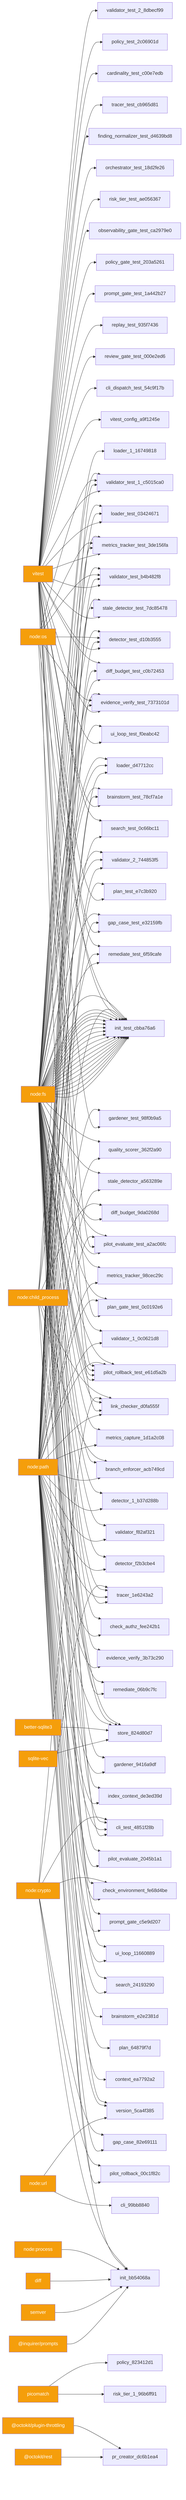
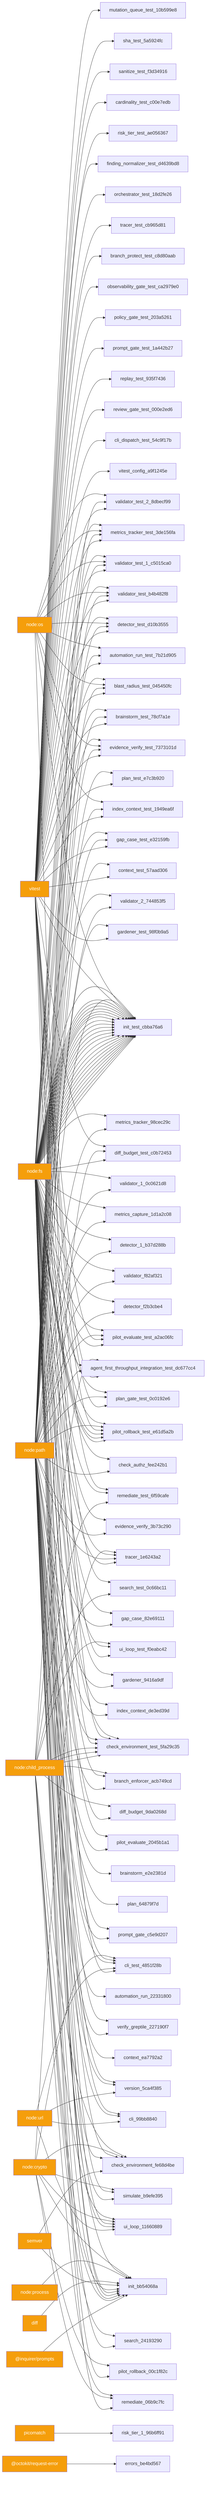
graph LR
  vitest_a9127f3d["vitest"] --> vitest_config_a9f1245e
+   node_fs_df6b52af["node:fs"] --> cli_99bb8840
+   node_path_0e7d56ab["node:path"] --> cli_99bb8840
  node_url_b54ed078["node:url"] --> cli_99bb8840
  node_crypto_879f6cbe["node:crypto"] --> cli_test_4851f28b
  node_fs_df6b52af["node:fs"] --> cli_test_4851f28b
  node_path_0e7d56ab["node:path"] --> cli_test_4851f28b
+   node_url_b54ed078["node:url"] --> cli_test_4851f28b
  vitest_a9127f3d["vitest"] --> cli_test_4851f28b
  vitest_a9127f3d["vitest"] --> cli_dispatch_test_54c9f17b
  node_fs_df6b52af["node:fs"] --> version_5ca4f385
  node_path_0e7d56ab["node:path"] --> version_5ca4f385
  node_url_b54ed078["node:url"] --> version_5ca4f385
+   node_fs_df6b52af["node:fs"] --> verify_greptile_227190f7
+   node_path_0e7d56ab["node:path"] --> verify_greptile_227190f7
+   node_child_process_cb73900b["node:child_process"] --> ui_loop_11660889
+   node_crypto_879f6cbe["node:crypto"] --> ui_loop_11660889
  node_fs_df6b52af["node:fs"] --> ui_loop_11660889
  node_path_0e7d56ab["node:path"] --> ui_loop_11660889
+   node_url_b54ed078["node:url"] --> ui_loop_11660889
+   node_child_process_cb73900b["node:child_process"] --> ui_loop_test_f0eabc42
  node_fs_df6b52af["node:fs"] --> ui_loop_test_f0eabc42
  vitest_a9127f3d["vitest"] --> ui_loop_test_f0eabc42
+   node_crypto_879f6cbe["node:crypto"] --> simulate_b9efe395
+   node_fs_df6b52af["node:fs"] --> simulate_b9efe395
+   node_path_0e7d56ab["node:path"] --> simulate_b9efe395
  node_child_process_cb73900b["node:child_process"] --> search_24193290
  node_path_0e7d56ab["node:path"] --> search_24193290
  vitest_a9127f3d["vitest"] --> search_test_0c66bc11
  node_child_process_cb73900b["node:child_process"] --> search_test_0c66bc11
  vitest_a9127f3d["vitest"] --> review_gate_test_000e2ed6
  vitest_a9127f3d["vitest"] --> replay_test_935f7436
  node_child_process_cb73900b["node:child_process"] --> remediate_06b9c7fc
-   node_fs_df6b52af["node:fs"] --> remediate_06b9c7fc
+   node_crypto_879f6cbe["node:crypto"] --> remediate_06b9c7fc
+   node_path_0e7d56ab["node:path"] --> remediate_06b9c7fc
  vitest_a9127f3d["vitest"] --> remediate_test_6f59cafe
+   node_fs_df6b52af["node:fs"] --> remediate_test_6f59cafe
  node_child_process_cb73900b["node:child_process"] --> remediate_test_6f59cafe
-   node_fs_df6b52af["node:fs"] --> remediate_test_6f59cafe
  node_fs_df6b52af["node:fs"] --> prompt_gate_c5e9d207
  node_path_0e7d56ab["node:path"] --> prompt_gate_c5e9d207
  vitest_a9127f3d["vitest"] --> prompt_gate_test_1a442b27
  vitest_a9127f3d["vitest"] --> policy_gate_test_203a5261
  node_fs_df6b52af["node:fs"] --> plan_gate_test_0c0192e6
  node_path_0e7d56ab["node:path"] --> plan_gate_test_0c0192e6
  vitest_a9127f3d["vitest"] --> plan_gate_test_0c0192e6
  node_crypto_879f6cbe["node:crypto"] --> pilot_rollback_00c1f82c
  node_path_0e7d56ab["node:path"] --> pilot_rollback_00c1f82c
  node_fs_df6b52af["node:fs"] --> pilot_rollback_test_e61d5a2b
  node_path_0e7d56ab["node:path"] --> pilot_rollback_test_e61d5a2b
  vitest_a9127f3d["vitest"] --> pilot_rollback_test_e61d5a2b
  node_fs_df6b52af["node:fs"] --> pilot_rollback_test_e61d5a2b
  node_fs_df6b52af["node:fs"] --> pilot_rollback_test_e61d5a2b
  node_fs_df6b52af["node:fs"] --> pilot_rollback_test_e61d5a2b
  node_fs_df6b52af["node:fs"] --> pilot_evaluate_2045b1a1
  node_path_0e7d56ab["node:path"] --> pilot_evaluate_2045b1a1
  node_fs_df6b52af["node:fs"] --> pilot_evaluate_test_a2ac06fc
  node_path_0e7d56ab["node:path"] --> pilot_evaluate_test_a2ac06fc
  vitest_a9127f3d["vitest"] --> pilot_evaluate_test_a2ac06fc
  node_fs_df6b52af["node:fs"] --> pilot_evaluate_test_a2ac06fc
  vitest_a9127f3d["vitest"] --> observability_gate_test_ca2979e0
  node_crypto_879f6cbe["node:crypto"] --> init_bb54068a
  node_path_0e7d56ab["node:path"] --> init_bb54068a
  node_process_09240432["node:process"] --> init_bb54068a
  diff_df087996["diff"] --> init_bb54068a
  semver_50449d83["semver"] --> init_bb54068a
+   node_child_process_cb73900b["node:child_process"] --> init_bb54068a
+   node_fs_df6b52af["node:fs"] --> init_bb54068a
+   node_fs_df6b52af["node:fs"] --> init_bb54068a
+   node_path_0e7d56ab["node:path"] --> init_bb54068a
+   node_child_process_cb73900b["node:child_process"] --> init_bb54068a
  _inquirer_prompts_21758d24["@inquirer/prompts"] --> init_bb54068a
  node_fs_df6b52af["node:fs"] --> init_test_cbba76a6
  node_os_e9717731["node:os"] --> init_test_cbba76a6
  node_path_0e7d56ab["node:path"] --> init_test_cbba76a6
  vitest_a9127f3d["vitest"] --> init_test_cbba76a6
  node_fs_df6b52af["node:fs"] --> init_test_cbba76a6
  node_fs_df6b52af["node:fs"] --> init_test_cbba76a6
  node_fs_df6b52af["node:fs"] --> init_test_cbba76a6
  node_fs_df6b52af["node:fs"] --> init_test_cbba76a6
  node_fs_df6b52af["node:fs"] --> init_test_cbba76a6
  node_fs_df6b52af["node:fs"] --> init_test_cbba76a6
  node_fs_df6b52af["node:fs"] --> init_test_cbba76a6
  node_fs_df6b52af["node:fs"] --> init_test_cbba76a6
  node_fs_df6b52af["node:fs"] --> init_test_cbba76a6
  node_fs_df6b52af["node:fs"] --> init_test_cbba76a6
  node_fs_df6b52af["node:fs"] --> init_test_cbba76a6
  node_fs_df6b52af["node:fs"] --> init_test_cbba76a6
  node_fs_df6b52af["node:fs"] --> init_test_cbba76a6
  node_fs_df6b52af["node:fs"] --> init_test_cbba76a6
  node_fs_df6b52af["node:fs"] --> init_test_cbba76a6
  node_fs_df6b52af["node:fs"] --> init_test_cbba76a6
  node_fs_df6b52af["node:fs"] --> init_test_cbba76a6
  node_fs_df6b52af["node:fs"] --> init_test_cbba76a6
+   node_fs_df6b52af["node:fs"] --> init_test_cbba76a6
+   node_fs_df6b52af["node:fs"] --> init_test_cbba76a6
+   node_fs_df6b52af["node:fs"] --> init_test_cbba76a6
+   node_fs_df6b52af["node:fs"] --> init_test_cbba76a6
+   node_fs_df6b52af["node:fs"] --> init_test_cbba76a6
  node_fs_df6b52af["node:fs"] --> index_context_de3ed39d
  node_path_0e7d56ab["node:path"] --> index_context_de3ed39d
+   node_os_e9717731["node:os"] --> index_context_test_1949ea6f
+   node_path_0e7d56ab["node:path"] --> index_context_test_1949ea6f
+   vitest_a9127f3d["vitest"] --> index_context_test_1949ea6f
  node_fs_df6b52af["node:fs"] --> gardener_9416a9df
  node_path_0e7d56ab["node:path"] --> gardener_9416a9df
  node_path_0e7d56ab["node:path"] --> gardener_test_98f0b9a5
  vitest_a9127f3d["vitest"] --> gardener_test_98f0b9a5
-   node_crypto_879f6cbe["node:crypto"] --> gap_case_82e69111
+   node_fs_df6b52af["node:fs"] --> gap_case_82e69111
  node_path_0e7d56ab["node:path"] --> gap_case_82e69111
  node_fs_df6b52af["node:fs"] --> gap_case_test_e32159fb
  node_path_0e7d56ab["node:path"] --> gap_case_test_e32159fb
  vitest_a9127f3d["vitest"] --> gap_case_test_e32159fb
  node_fs_df6b52af["node:fs"] --> evidence_verify_3b73c290
  node_path_0e7d56ab["node:path"] --> evidence_verify_3b73c290
  node_fs_df6b52af["node:fs"] --> evidence_verify_test_7373101d
  node_os_e9717731["node:os"] --> evidence_verify_test_7373101d
  node_path_0e7d56ab["node:path"] --> evidence_verify_test_7373101d
  vitest_a9127f3d["vitest"] --> evidence_verify_test_7373101d
  node_child_process_cb73900b["node:child_process"] --> diff_budget_9da0268d
  node_fs_df6b52af["node:fs"] --> diff_budget_9da0268d
  vitest_a9127f3d["vitest"] --> diff_budget_test_c0b72453
  node_child_process_cb73900b["node:child_process"] --> diff_budget_test_c0b72453
  node_fs_df6b52af["node:fs"] --> diff_budget_test_c0b72453
  node_path_0e7d56ab["node:path"] --> context_ea7792a2
+   node_path_0e7d56ab["node:path"] --> context_test_57aad306
+   vitest_a9127f3d["vitest"] --> context_test_57aad306
+   node_child_process_cb73900b["node:child_process"] --> check_environment_fe68d4be
  node_crypto_879f6cbe["node:crypto"] --> check_environment_fe68d4be
  node_fs_df6b52af["node:fs"] --> check_environment_fe68d4be
  node_path_0e7d56ab["node:path"] --> check_environment_fe68d4be
+   semver_50449d83["semver"] --> check_environment_fe68d4be
+   node_fs_df6b52af["node:fs"] --> check_environment_test_5fa29c35
+   node_os_e9717731["node:os"] --> check_environment_test_5fa29c35
+   node_path_0e7d56ab["node:path"] --> check_environment_test_5fa29c35
+   vitest_a9127f3d["vitest"] --> check_environment_test_5fa29c35
+   node_child_process_cb73900b["node:child_process"] --> check_environment_test_5fa29c35
+   node_child_process_cb73900b["node:child_process"] --> check_environment_test_5fa29c35
+   node_child_process_cb73900b["node:child_process"] --> check_environment_test_5fa29c35
  node_fs_df6b52af["node:fs"] --> check_authz_fee242b1
  node_path_0e7d56ab["node:path"] --> check_authz_fee242b1
+   vitest_a9127f3d["vitest"] --> branch_protect_test_c8d80aab
+   node_fs_df6b52af["node:fs"] --> blast_radius_test_045450fc
+   node_os_e9717731["node:os"] --> blast_radius_test_045450fc
+   node_path_0e7d56ab["node:path"] --> blast_radius_test_045450fc
+   vitest_a9127f3d["vitest"] --> blast_radius_test_045450fc
+   node_path_0e7d56ab["node:path"] --> automation_run_22331800
+   node_os_e9717731["node:os"] --> automation_run_test_7b21d905
+   node_path_0e7d56ab["node:path"] --> automation_run_test_7b21d905
+   vitest_a9127f3d["vitest"] --> automation_run_test_7b21d905
+   node_child_process_cb73900b["node:child_process"] --> agent_first_throughput_integration_test_dc677cc4
+   node_fs_df6b52af["node:fs"] --> agent_first_throughput_integration_test_dc677cc4
+   node_path_0e7d56ab["node:path"] --> agent_first_throughput_integration_test_dc677cc4
+   vitest_a9127f3d["vitest"] --> agent_first_throughput_integration_test_dc677cc4
  node_path_0e7d56ab["node:path"] --> plan_64879f7d
  node_path_0e7d56ab["node:path"] --> plan_test_e7c3b920
  vitest_a9127f3d["vitest"] --> plan_test_e7c3b920
  node_path_0e7d56ab["node:path"] --> brainstorm_e2e2381d
  node_fs_df6b52af["node:fs"] --> brainstorm_test_78cf7a1e
  node_path_0e7d56ab["node:path"] --> brainstorm_test_78cf7a1e
  vitest_a9127f3d["vitest"] --> brainstorm_test_78cf7a1e
  node_fs_df6b52af["node:fs"] --> detector_f2b3cbe4
  node_path_0e7d56ab["node:path"] --> detector_f2b3cbe4
  node_fs_df6b52af["node:fs"] --> detector_test_d10b3555
  node_os_e9717731["node:os"] --> detector_test_d10b3555
  node_path_0e7d56ab["node:path"] --> detector_test_d10b3555
  vitest_a9127f3d["vitest"] --> detector_test_d10b3555
+   node_crypto_879f6cbe["node:crypto"] --> tracer_1e6243a2
+   node_fs_df6b52af["node:fs"] --> tracer_1e6243a2
+   node_path_0e7d56ab["node:path"] --> tracer_1e6243a2
+   node_fs_df6b52af["node:fs"] --> tracer_1e6243a2
+   vitest_a9127f3d["vitest"] --> tracer_test_cb965d81
+   vitest_a9127f3d["vitest"] --> orchestrator_test_18d2fe26
+   vitest_a9127f3d["vitest"] --> finding_normalizer_test_d4639bd8
  node_fs_df6b52af["node:fs"] --> validator_f82af321
  node_path_0e7d56ab["node:path"] --> validator_f82af321
+   node_fs_df6b52af["node:fs"] --> validator_test_b4b482f8
+   node_os_e9717731["node:os"] --> validator_test_b4b482f8
+   node_path_0e7d56ab["node:path"] --> validator_test_b4b482f8
+   vitest_a9127f3d["vitest"] --> validator_test_b4b482f8
  picomatch_0bf97c7b["picomatch"] --> risk_tier_1_96b6ff91
  vitest_a9127f3d["vitest"] --> risk_tier_test_ae056367
  node_fs_df6b52af["node:fs"] --> detector_1_b37d288b
  node_path_0e7d56ab["node:path"] --> detector_1_b37d288b
  node_fs_df6b52af["node:fs"] --> metrics_capture_1d1a2c08
  node_path_0e7d56ab["node:path"] --> metrics_capture_1d1a2c08
-   vitest_a9127f3d["vitest"] --> orchestrator_test_18d2fe26
-   vitest_a9127f3d["vitest"] --> finding_normalizer_test_d4639bd8
-   node_crypto_879f6cbe["node:crypto"] --> tracer_1e6243a2
-   node_fs_df6b52af["node:fs"] --> tracer_1e6243a2
-   node_path_0e7d56ab["node:path"] --> tracer_1e6243a2
-   node_fs_df6b52af["node:fs"] --> tracer_1e6243a2
-   vitest_a9127f3d["vitest"] --> tracer_test_cb965d81
  vitest_a9127f3d["vitest"] --> cardinality_test_c00e7edb
  node_fs_df6b52af["node:fs"] --> validator_1_0c0621d8
  node_path_0e7d56ab["node:path"] --> validator_1_0c0621d8
-   node_fs_df6b52af["node:fs"] --> validator_test_b4b482f8
-   node_os_e9717731["node:os"] --> validator_test_b4b482f8
-   node_path_0e7d56ab["node:path"] --> validator_test_b4b482f8
-   vitest_a9127f3d["vitest"] --> validator_test_b4b482f8
+   node_fs_df6b52af["node:fs"] --> validator_test_1_c5015ca0
+   node_os_e9717731["node:os"] --> validator_test_1_c5015ca0
+   node_path_0e7d56ab["node:path"] --> validator_test_1_c5015ca0
+   vitest_a9127f3d["vitest"] --> validator_test_1_c5015ca0
  node_fs_df6b52af["node:fs"] --> metrics_tracker_98cec29c
  node_path_0e7d56ab["node:path"] --> metrics_tracker_98cec29c
  node_fs_df6b52af["node:fs"] --> metrics_tracker_test_3de156fa
  node_os_e9717731["node:os"] --> metrics_tracker_test_3de156fa
  node_path_0e7d56ab["node:path"] --> metrics_tracker_test_3de156fa
  vitest_a9127f3d["vitest"] --> metrics_tracker_test_3de156fa
  node_child_process_cb73900b["node:child_process"] --> branch_enforcer_acb749cd
  node_fs_df6b52af["node:fs"] --> branch_enforcer_acb749cd
  node_path_0e7d56ab["node:path"] --> branch_enforcer_acb749cd
-   node_fs_df6b52af["node:fs"] --> stale_detector_a563289e
-   node_path_0e7d56ab["node:path"] --> stale_detector_a563289e
-   node_fs_df6b52af["node:fs"] --> stale_detector_test_7dc85478
-   node_path_0e7d56ab["node:path"] --> stale_detector_test_7dc85478
-   vitest_a9127f3d["vitest"] --> stale_detector_test_7dc85478
-   node_fs_df6b52af["node:fs"] --> quality_scorer_362f2a90
-   node_path_0e7d56ab["node:path"] --> quality_scorer_362f2a90
-   _octokit_plugin_throttling_c7312007["@octokit/plugin-throttling"] --> pr_creator_dc6b1ea4
-   _octokit_rest_c557ffd5["@octokit/rest"] --> pr_creator_dc6b1ea4
-   node_child_process_cb73900b["node:child_process"] --> link_checker_d0fa555f
-   node_crypto_879f6cbe["node:crypto"] --> link_checker_d0fa555f
-   node_fs_df6b52af["node:fs"] --> link_checker_d0fa555f
-   node_os_e9717731["node:os"] --> link_checker_d0fa555f
-   node_path_0e7d56ab["node:path"] --> link_checker_d0fa555f
-   node_fs_df6b52af["node:fs"] --> validator_2_744853f5
  node_fs_df6b52af["node:fs"] --> validator_2_744853f5
  node_path_0e7d56ab["node:path"] --> validator_2_744853f5
-   node_fs_df6b52af["node:fs"] --> validator_test_1_c5015ca0
-   node_os_e9717731["node:os"] --> validator_test_1_c5015ca0
-   node_path_0e7d56ab["node:path"] --> validator_test_1_c5015ca0
-   vitest_a9127f3d["vitest"] --> validator_test_1_c5015ca0
-   picomatch_0bf97c7b["picomatch"] --> policy_823412d1
-   vitest_a9127f3d["vitest"] --> policy_test_2c06901d
-   node_fs_df6b52af["node:fs"] --> loader_d47712cc
-   node_fs_df6b52af["node:fs"] --> loader_d47712cc
-   node_path_0e7d56ab["node:path"] --> loader_d47712cc
+   node_os_e9717731["node:os"] --> validator_test_2_8dbecf99
+   node_path_0e7d56ab["node:path"] --> validator_test_2_8dbecf99
  vitest_a9127f3d["vitest"] --> validator_test_2_8dbecf99
-   node_fs_df6b52af["node:fs"] --> loader_1_16749818
-   node_fs_df6b52af["node:fs"] --> loader_test_03424671
-   node_path_0e7d56ab["node:path"] --> loader_test_03424671
-   vitest_a9127f3d["vitest"] --> loader_test_03424671
-   node_fs_df6b52af["node:fs"] --> store_824d80d7
-   node_fs_df6b52af["node:fs"] --> store_824d80d7
-   node_path_0e7d56ab["node:path"] --> store_824d80d7
-   better_sqlite3_696a1c4c["better-sqlite3"] --> store_824d80d7
-   sqlite_vec_925f2a56["sqlite-vec"] --> store_824d80d7
+   vitest_a9127f3d["vitest"] --> sanitize_test_f3d34916
+   vitest_a9127f3d["vitest"] --> sha_test_5a5924fc
+   vitest_a9127f3d["vitest"] --> mutation_queue_test_10b599e8
+   _octokit_request_error_32e46e23["@octokit/request-error"] --> errors_be4bd567
  style vitest_a9127f3d fill:#f59e0b,color:#fff
+   style node_fs_df6b52af fill:#f59e0b,color:#fff
+   style node_path_0e7d56ab fill:#f59e0b,color:#fff
  style node_url_b54ed078 fill:#f59e0b,color:#fff
  style node_crypto_879f6cbe fill:#f59e0b,color:#fff
-   style node_fs_df6b52af fill:#f59e0b,color:#fff
-   style node_path_0e7d56ab fill:#f59e0b,color:#fff
  style node_child_process_cb73900b fill:#f59e0b,color:#fff
  style node_process_09240432 fill:#f59e0b,color:#fff
  style diff_df087996 fill:#f59e0b,color:#fff
  style semver_50449d83 fill:#f59e0b,color:#fff
  style _inquirer_prompts_21758d24 fill:#f59e0b,color:#fff
  style node_os_e9717731 fill:#f59e0b,color:#fff
  style picomatch_0bf97c7b fill:#f59e0b,color:#fff
-   style _octokit_plugin_throttling_c7312007 fill:#f59e0b,color:#fff
-   style _octokit_rest_c557ffd5 fill:#f59e0b,color:#fff
-   style better_sqlite3_696a1c4c fill:#f59e0b,color:#fff
-   style sqlite_vec_925f2a56 fill:#f59e0b,color:#fff+   style _octokit_request_error_32e46e23 fill:#f59e0b,color:#fff